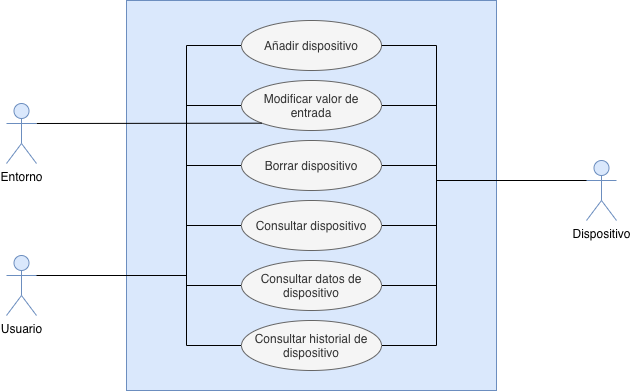
y310w/IoTBlockchainAPP keeps this draw.io diagram as documentacion/imagenes/diagramas/diagrama_gestion_dispositivos.png. Above is the earlier version. Source tidied: cells renumbered, new cells last; positions are measured from the earlier drawing's top-left corner, leaving out a move shared by most shapes.
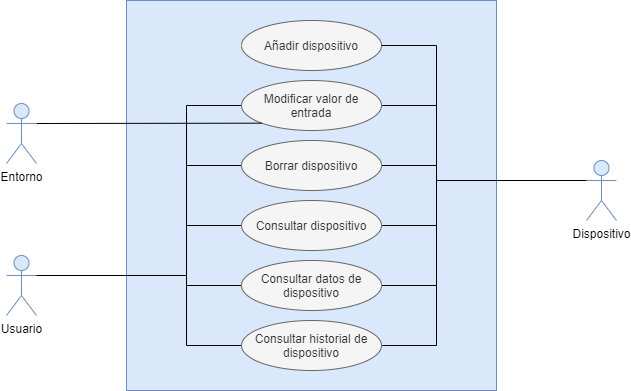
Later version of the same file.

Change to the diagram source:
```diff
@@ -5,14 +5,6 @@
     <mxCell id="2" style="rounded=0;whiteSpace=wrap;html=1;fillColor=#dae8fc;strokeColor=#6c8ebf;" parent="1" vertex="1">
       <mxGeometry x="120" width="370" height="390" as="geometry" />
     </mxCell>
-    <mxCell id="3" style="edgeStyle=orthogonalEdgeStyle;rounded=0;jettySize=auto;html=1;exitX=1;exitY=0.3333333333333333;exitDx=0;exitDy=0;exitPerimeter=0;entryX=0;entryY=0.5;entryDx=0;entryDy=0;endArrow=none;endFill=0;" parent="1" edge="1" source="9" target="10">
-      <mxGeometry relative="1" as="geometry">
-        <Array as="points">
-          <mxPoint x="180" y="275" />
-          <mxPoint x="180" y="45" />
-        </Array>
-      </mxGeometry>
-    </mxCell>
     <mxCell id="4" style="edgeStyle=orthogonalEdgeStyle;rounded=0;jettySize=auto;html=1;exitX=1;exitY=0.3333333333333333;exitDx=0;exitDy=0;exitPerimeter=0;entryX=0;entryY=0.5;entryDx=0;entryDy=0;endArrow=none;endFill=0;" parent="1" edge="1" source="9" target="18">
       <mxGeometry relative="1" as="geometry">
         <Array as="points">
```
